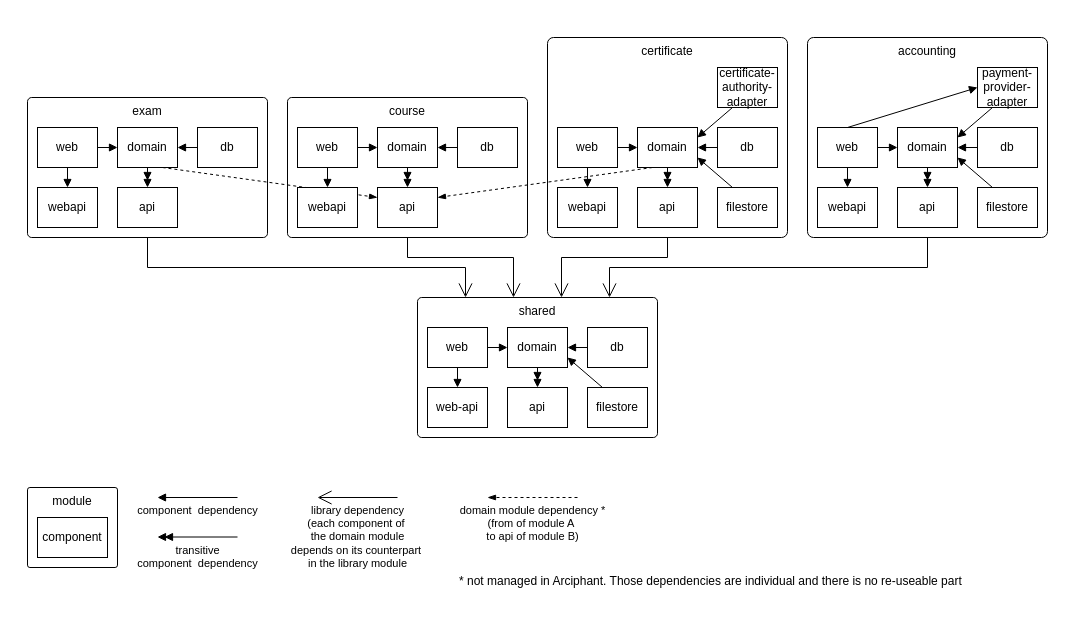
Above: docs/diagrams/demo-project.drawio in ergon/arciphant (draw.io), before the change. Source tidied: cells renumbered, new cells numbered last; positions are measured from the earlier drawing's top-left corner, leaving out a move shared by most shapes. Both pictures are drawn from the tidied source at 100%, with x=0, y=0 at pixel (17, 17).
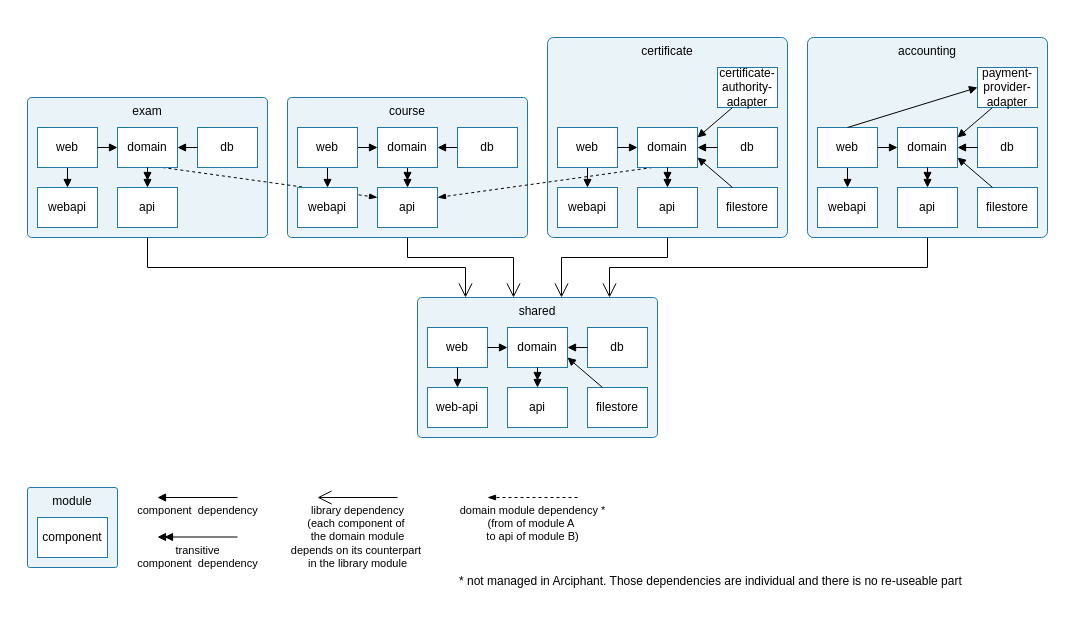
Above is the later version.

The edit, as a diff of the source:
```diff
@@
-    <mxCell id="3" value="certificate" style="rounded=1;whiteSpace=wrap;html=1;align=center;verticalAlign=top;arcSize=3;" parent="1" vertex="1">
+    <mxCell id="3" value="certificate" style="rounded=1;whiteSpace=wrap;html=1;align=center;verticalAlign=top;arcSize=3;fillColor=light-dark(#EAF3F8,#12303E);strokeColor=light-dark(#2078A4,#7FB5D1);" parent="1" vertex="1">
       <mxGeometry x="530" y="20" width="240" height="200" as="geometry" />
     </mxCell>
-    <mxCell id="4" value="course" style="rounded=1;whiteSpace=wrap;html=1;align=center;verticalAlign=top;arcSize=3;" parent="1" vertex="1">
+    <mxCell id="4" value="course" style="rounded=1;whiteSpace=wrap;html=1;align=center;verticalAlign=top;arcSize=3;fillColor=light-dark(#EAF3F8,#12303E);strokeColor=light-dark(#2078A4,#7FB5D1);" parent="1" vertex="1">
       <mxGeometry x="270" y="80" width="240" height="140" as="geometry" />
     </mxCell>
@@
-    <mxCell id="6" value="exam" style="rounded=1;whiteSpace=wrap;html=1;align=center;verticalAlign=top;arcSize=3;" parent="1" vertex="1">
+    <mxCell id="6" value="exam" style="rounded=1;whiteSpace=wrap;html=1;align=center;verticalAlign=top;arcSize=3;fillColor=light-dark(#EAF3F8,#12303E);strokeColor=light-dark(#2078A4,#7FB5D1);" parent="1" vertex="1">
       <mxGeometry x="10" y="80" width="240" height="140" as="geometry" />
     </mxCell>
@@
-    <mxCell id="8" value="shared" style="rounded=1;whiteSpace=wrap;html=1;align=center;verticalAlign=top;arcSize=3;points=[[0,0,0,0,0],[0,0.25,0,0,0],[0,0.5,0,0,0],[0,0.75,0,0,0],[0,1,0,0,0],[0.2,0,0,0,0],[0.25,1,0,0,0],[0.4,0,0,0,0],[0.5,0,0,0,0],[0.5,1,0,0,0],[0.6,0,0,0,0],[0.75,1,0,0,0],[0.8,0,0,0,0],[1,0,0,0,0],[1,0.25,0,0,0],[1,0.5,0,0,0],[1,0.75,0,0,0],[1,1,0,0,0]];" parent="1" vertex="1">
+    <mxCell id="8" value="shared" style="rounded=1;whiteSpace=wrap;html=1;align=center;verticalAlign=top;arcSize=3;fillColor=light-dark(#EAF3F8,#12303E);strokeColor=light-dark(#2078A4,#7FB5D1);points=[[0,0,0,0,0],[0,0.25,0,0,0],[0,0.5,0,0,0],[0,0.75,0,0,0],[0,1,0,0,0],[0.2,0,0,0,0],[0.25,1,0,0,0],[0.4,0,0,0,0],[0.5,0,0,0,0],[0.5,1,0,0,0],[0.6,0,0,0,0],[0.75,1,0,0,0],[0.8,0,0,0,0],[1,0,0,0,0],[1,0.25,0,0,0],[1,0.5,0,0,0],[1,0.75,0,0,0],[1,1,0,0,0]];" parent="1" vertex="1">
       <mxGeometry x="400" y="280" width="240" height="140" as="geometry" />
     </mxCell>
-    <mxCell id="9" value="accounting" style="rounded=1;whiteSpace=wrap;html=1;align=center;verticalAlign=top;arcSize=3;" parent="1" vertex="1">
+    <mxCell id="9" value="accounting" style="rounded=1;whiteSpace=wrap;html=1;align=center;verticalAlign=top;arcSize=3;fillColor=light-dark(#EAF3F8,#12303E);strokeColor=light-dark(#2078A4,#7FB5D1);" parent="1" vertex="1">
       <mxGeometry x="790" y="20" width="240" height="200" as="geometry" />
     </mxCell>
@@
-    <mxCell id="11" value="webapi" style="rounded=0;whiteSpace=wrap;html=1;" parent="1" vertex="1">
+    <mxCell id="11" value="webapi" style="rounded=0;whiteSpace=wrap;html=1;strokeColor=light-dark(#2078A4,#7FB5D1);" parent="1" vertex="1">
       <mxGeometry x="280" y="170" width="60" height="40" as="geometry" />
     </mxCell>
-    <mxCell id="12" value="api" style="rounded=0;whiteSpace=wrap;html=1;" parent="1" vertex="1">
+    <mxCell id="12" value="api" style="rounded=0;whiteSpace=wrap;html=1;strokeColor=light-dark(#2078A4,#7FB5D1);" parent="1" vertex="1">
       <mxGeometry x="360" y="170" width="60" height="40" as="geometry" />
     </mxCell>
@@
-    <mxCell id="16" value="payment-provider-adapter" style="rounded=0;whiteSpace=wrap;html=1;" parent="1" vertex="1">
+    <mxCell id="16" value="payment-provider-adapter" style="rounded=0;whiteSpace=wrap;html=1;strokeColor=light-dark(#2078A4,#7FB5D1);" parent="1" vertex="1">
       <mxGeometry x="960" y="50" width="60" height="40" as="geometry" />
     </mxCell>
@@
-    <mxCell id="18" value="web" style="rounded=0;whiteSpace=wrap;html=1;" parent="1" vertex="1">
+    <mxCell id="18" value="web" style="rounded=0;whiteSpace=wrap;html=1;strokeColor=light-dark(#2078A4,#7FB5D1);" parent="1" vertex="1">
       <mxGeometry x="20" y="110" width="60" height="40" as="geometry" />
     </mxCell>
-    <mxCell id="19" value="webapi" style="rounded=0;whiteSpace=wrap;html=1;" parent="1" vertex="1">
+    <mxCell id="19" value="webapi" style="rounded=0;whiteSpace=wrap;html=1;strokeColor=light-dark(#2078A4,#7FB5D1);" parent="1" vertex="1">
       <mxGeometry x="20" y="170" width="60" height="40" as="geometry" />
     </mxCell>
-    <mxCell id="20" value="domain" style="rounded=0;whiteSpace=wrap;html=1;" parent="1" vertex="1">
+    <mxCell id="20" value="domain" style="rounded=0;whiteSpace=wrap;html=1;strokeColor=light-dark(#2078A4,#7FB5D1);" parent="1" vertex="1">
       <mxGeometry x="100" y="110" width="60" height="40" as="geometry" />
     </mxCell>
-    <mxCell id="21" value="db" style="rounded=0;whiteSpace=wrap;html=1;" parent="1" vertex="1">
+    <mxCell id="21" value="db" style="rounded=0;whiteSpace=wrap;html=1;strokeColor=light-dark(#2078A4,#7FB5D1);" parent="1" vertex="1">
       <mxGeometry x="180" y="110" width="60" height="40" as="geometry" />
     </mxCell>
@@
-    <mxCell id="26" value="web" style="rounded=0;whiteSpace=wrap;html=1;" parent="1" vertex="1">
+    <mxCell id="26" value="web" style="rounded=0;whiteSpace=wrap;html=1;strokeColor=light-dark(#2078A4,#7FB5D1);" parent="1" vertex="1">
       <mxGeometry x="540" y="110" width="60" height="40" as="geometry" />
     </mxCell>
-    <mxCell id="27" value="webapi" style="rounded=0;whiteSpace=wrap;html=1;" parent="1" vertex="1">
+    <mxCell id="27" value="webapi" style="rounded=0;whiteSpace=wrap;html=1;strokeColor=light-dark(#2078A4,#7FB5D1);" parent="1" vertex="1">
       <mxGeometry x="540" y="170" width="60" height="40" as="geometry" />
     </mxCell>
-    <mxCell id="28" value="api" style="rounded=0;whiteSpace=wrap;html=1;" parent="1" vertex="1">
+    <mxCell id="28" value="api" style="rounded=0;whiteSpace=wrap;html=1;strokeColor=light-dark(#2078A4,#7FB5D1);" parent="1" vertex="1">
       <mxGeometry x="620" y="170" width="60" height="40" as="geometry" />
     </mxCell>
-    <mxCell id="29" value="domain" style="rounded=0;whiteSpace=wrap;html=1;" parent="1" vertex="1">
+    <mxCell id="29" value="domain" style="rounded=0;whiteSpace=wrap;html=1;strokeColor=light-dark(#2078A4,#7FB5D1);" parent="1" vertex="1">
       <mxGeometry x="620" y="110" width="60" height="40" as="geometry" />
     </mxCell>
-    <mxCell id="30" value="db" style="rounded=0;whiteSpace=wrap;html=1;" parent="1" vertex="1">
+    <mxCell id="30" value="db" style="rounded=0;whiteSpace=wrap;html=1;strokeColor=light-dark(#2078A4,#7FB5D1);" parent="1" vertex="1">
       <mxGeometry x="700" y="110" width="60" height="40" as="geometry" />
     </mxCell>
@@
-    <mxCell id="35" value="web" style="rounded=0;whiteSpace=wrap;html=1;" parent="1" vertex="1">
+    <mxCell id="35" value="web" style="rounded=0;whiteSpace=wrap;html=1;strokeColor=light-dark(#2078A4,#7FB5D1);" parent="1" vertex="1">
       <mxGeometry x="800" y="110" width="60" height="40" as="geometry" />
     </mxCell>
-    <mxCell id="36" value="webapi" style="rounded=0;whiteSpace=wrap;html=1;" parent="1" vertex="1">
+    <mxCell id="36" value="webapi" style="rounded=0;whiteSpace=wrap;html=1;strokeColor=light-dark(#2078A4,#7FB5D1);" parent="1" vertex="1">
       <mxGeometry x="800" y="170" width="60" height="40" as="geometry" />
     </mxCell>
-    <mxCell id="37" value="api" style="rounded=0;whiteSpace=wrap;html=1;" parent="1" vertex="1">
+    <mxCell id="37" value="api" style="rounded=0;whiteSpace=wrap;html=1;strokeColor=light-dark(#2078A4,#7FB5D1);" parent="1" vertex="1">
       <mxGeometry x="880" y="170" width="60" height="40" as="geometry" />
     </mxCell>
-    <mxCell id="38" value="domain" style="rounded=0;whiteSpace=wrap;html=1;" parent="1" vertex="1">
+    <mxCell id="38" value="domain" style="rounded=0;whiteSpace=wrap;html=1;strokeColor=light-dark(#2078A4,#7FB5D1);" parent="1" vertex="1">
       <mxGeometry x="880" y="110" width="60" height="40" as="geometry" />
     </mxCell>
-    <mxCell id="39" value="db" style="rounded=0;whiteSpace=wrap;html=1;" parent="1" vertex="1">
+    <mxCell id="39" value="db" style="rounded=0;whiteSpace=wrap;html=1;strokeColor=light-dark(#2078A4,#7FB5D1);" parent="1" vertex="1">
       <mxGeometry x="960" y="110" width="60" height="40" as="geometry" />
     </mxCell>
@@
-    <mxCell id="44" value="filestore" style="rounded=0;whiteSpace=wrap;html=1;" parent="1" vertex="1">
+    <mxCell id="44" value="filestore" style="rounded=0;whiteSpace=wrap;html=1;strokeColor=light-dark(#2078A4,#7FB5D1);" parent="1" vertex="1">
       <mxGeometry x="960" y="170" width="60" height="40" as="geometry" />
     </mxCell>
@@
-    <mxCell id="46" value="filestore" style="rounded=0;whiteSpace=wrap;html=1;" parent="1" vertex="1">
+    <mxCell id="46" value="filestore" style="rounded=0;whiteSpace=wrap;html=1;strokeColor=light-dark(#2078A4,#7FB5D1);" parent="1" vertex="1">
       <mxGeometry x="700" y="170" width="60" height="40" as="geometry" />
     </mxCell>
-    <mxCell id="47" value="certificate-&lt;span style=&quot;background-color: transparent; color: light-dark(rgb(0, 0, 0), rgb(255, 255, 255));&quot;&gt;authority-adapter&lt;/span&gt;" style="rounded=0;whiteSpace=wrap;html=1;" parent="1" vertex="1">
+    <mxCell id="47" value="certificate-&lt;span style=&quot;background-color: transparent;&quot;&gt;authority-adapter&lt;/span&gt;" style="rounded=0;whiteSpace=wrap;html=1;strokeColor=light-dark(#2078A4,#7FB5D1);" parent="1" vertex="1">
       <mxGeometry x="700" y="50" width="60" height="40" as="geometry" />
     </mxCell>
@@
-    <mxCell id="54" value="domain module&amp;nbsp;&lt;span style=&quot;color: light-dark(rgb(0, 0, 0), rgb(255, 255, 255));&quot;&gt;dependency *&lt;/span&gt;&lt;div&gt;&lt;span style=&quot;color: light-dark(rgb(0, 0, 0), rgb(255, 255, 255));&quot;&gt;(from of module A&amp;nbsp;&lt;/span&gt;&lt;/div&gt;&lt;div&gt;&lt;span style=&quot;color: light-dark(rgb(0, 0, 0), rgb(255, 255, 255));&quot;&gt;to api of module B)&lt;/span&gt;&lt;/div&gt;" style="rounded=0;orthogonalLoop=1;jettySize=auto;html=1;endArrow=blockThin;endFill=1;dashed=1;labelPosition=center;verticalLabelPosition=bottom;align=center;verticalAlign=top;labelBackgroundColor=none;" parent="1" edge="1">
+    <mxCell id="54" value="domain module&amp;nbsp;&lt;span style=&quot;&quot;&gt;dependency *&lt;/span&gt;&lt;div&gt;&lt;span style=&quot;&quot;&gt;(from of module A&amp;nbsp;&lt;/span&gt;&lt;/div&gt;&lt;div&gt;&lt;span style=&quot;&quot;&gt;to api of module B)&lt;/span&gt;&lt;/div&gt;" style="rounded=0;orthogonalLoop=1;jettySize=auto;html=1;endArrow=blockThin;endFill=1;dashed=1;labelPosition=center;verticalLabelPosition=bottom;align=center;verticalAlign=top;labelBackgroundColor=none;" parent="1" edge="1">
       <mxGeometry relative="1" as="geometry">
         <mxPoint x="560" y="480" as="sourcePoint" />
         <mxPoint x="470" y="480" as="targetPoint" />
       </mxGeometry>
     </mxCell>
-    <mxCell id="55" value="component&amp;nbsp;&amp;nbsp;&lt;span style=&quot;color: light-dark(rgb(0, 0, 0), rgb(255, 255, 255));&quot;&gt;dependency&lt;/span&gt;" style="rounded=0;orthogonalLoop=1;jettySize=auto;html=1;endArrow=block;endFill=1;labelPosition=center;verticalLabelPosition=bottom;align=center;verticalAlign=top;labelBackgroundColor=none;" parent="1" edge="1">
+    <mxCell id="55" value="component&amp;nbsp;&amp;nbsp;&lt;span style=&quot;&quot;&gt;dependency&lt;/span&gt;" style="rounded=0;orthogonalLoop=1;jettySize=auto;html=1;endArrow=block;endFill=1;labelPosition=center;verticalLabelPosition=bottom;align=center;verticalAlign=top;labelBackgroundColor=none;" parent="1" edge="1">
       <mxGeometry relative="1" as="geometry">
         <mxPoint x="220" y="480" as="sourcePoint" />
         <mxPoint x="140" y="480" as="targetPoint" />
       </mxGeometry>
     </mxCell>
-    <mxCell id="56" value="transitive&lt;div&gt;component&amp;nbsp;&amp;nbsp;&lt;span style=&quot;color: light-dark(rgb(0, 0, 0), rgb(255, 255, 255));&quot;&gt;dependency&lt;/span&gt;&lt;/div&gt;" style="rounded=0;orthogonalLoop=1;jettySize=auto;html=1;entryX=1;entryY=0.5;entryDx=0;entryDy=0;endArrow=doubleBlock;endFill=1;labelPosition=center;verticalLabelPosition=bottom;align=center;verticalAlign=top;labelBackgroundColor=none;" parent="1" edge="1">
+    <mxCell id="56" value="transitive&lt;div&gt;component&amp;nbsp;&amp;nbsp;&lt;span style=&quot;&quot;&gt;dependency&lt;/span&gt;&lt;/div&gt;" style="rounded=0;orthogonalLoop=1;jettySize=auto;html=1;entryX=1;entryY=0.5;entryDx=0;entryDy=0;endArrow=doubleBlock;endFill=1;labelPosition=center;verticalLabelPosition=bottom;align=center;verticalAlign=top;labelBackgroundColor=none;" parent="1" edge="1">
       <mxGeometry relative="1" as="geometry">
         <mxPoint x="220" y="519.5" as="sourcePoint" />
         <mxPoint x="140" y="519.5" as="targetPoint" />
       </mxGeometry>
     </mxCell>
@@
-    <mxCell id="60" value="api" style="rounded=0;whiteSpace=wrap;html=1;" parent="1" vertex="1">
+    <mxCell id="60" value="api" style="rounded=0;whiteSpace=wrap;html=1;strokeColor=light-dark(#2078A4,#7FB5D1);" parent="1" vertex="1">
       <mxGeometry x="100" y="170" width="60" height="40" as="geometry" />
     </mxCell>
-    <mxCell id="61" value="domain" style="rounded=0;whiteSpace=wrap;html=1;" parent="1" vertex="1">
+    <mxCell id="61" value="domain" style="rounded=0;whiteSpace=wrap;html=1;strokeColor=light-dark(#2078A4,#7FB5D1);" parent="1" vertex="1">
       <mxGeometry x="360" y="110" width="60" height="40" as="geometry" />
     </mxCell>
-    <mxCell id="62" value="web" style="rounded=0;whiteSpace=wrap;html=1;" parent="1" vertex="1">
+    <mxCell id="62" value="web" style="rounded=0;whiteSpace=wrap;html=1;strokeColor=light-dark(#2078A4,#7FB5D1);" parent="1" vertex="1">
       <mxGeometry x="280" y="110" width="60" height="40" as="geometry" />
     </mxCell>
-    <mxCell id="63" value="db" style="rounded=0;whiteSpace=wrap;html=1;" parent="1" vertex="1">
+    <mxCell id="63" value="db" style="rounded=0;whiteSpace=wrap;html=1;strokeColor=light-dark(#2078A4,#7FB5D1);" parent="1" vertex="1">
       <mxGeometry x="440" y="110" width="60" height="40" as="geometry" />
     </mxCell>
-    <mxCell id="64" value="api" style="rounded=0;whiteSpace=wrap;html=1;" parent="1" vertex="1">
+    <mxCell id="64" value="api" style="rounded=0;whiteSpace=wrap;html=1;strokeColor=light-dark(#2078A4,#7FB5D1);" parent="1" vertex="1">
       <mxGeometry x="490" y="370" width="60" height="40" as="geometry" />
     </mxCell>
-    <mxCell id="65" value="domain" style="rounded=0;whiteSpace=wrap;html=1;" parent="1" vertex="1">
+    <mxCell id="65" value="domain" style="rounded=0;whiteSpace=wrap;html=1;strokeColor=light-dark(#2078A4,#7FB5D1);" parent="1" vertex="1">
       <mxGeometry x="490" y="310" width="60" height="40" as="geometry" />
     </mxCell>
-    <mxCell id="66" value="db" style="rounded=0;whiteSpace=wrap;html=1;" parent="1" vertex="1">
+    <mxCell id="66" value="db" style="rounded=0;whiteSpace=wrap;html=1;strokeColor=light-dark(#2078A4,#7FB5D1);" parent="1" vertex="1">
       <mxGeometry x="570" y="310" width="60" height="40" as="geometry" />
     </mxCell>
@@
-    <mxCell id="69" value="web-api" style="rounded=0;whiteSpace=wrap;html=1;" parent="1" vertex="1">
+    <mxCell id="69" value="web-api" style="rounded=0;whiteSpace=wrap;html=1;strokeColor=light-dark(#2078A4,#7FB5D1);" parent="1" vertex="1">
       <mxGeometry x="410" y="370" width="60" height="40" as="geometry" />
     </mxCell>
-    <mxCell id="70" value="web" style="rounded=0;whiteSpace=wrap;html=1;" parent="1" vertex="1">
+    <mxCell id="70" value="web" style="rounded=0;whiteSpace=wrap;html=1;strokeColor=light-dark(#2078A4,#7FB5D1);" parent="1" vertex="1">
       <mxGeometry x="410" y="310" width="60" height="40" as="geometry" />
     </mxCell>
@@
-    <mxCell id="73" value="filestore" style="rounded=0;whiteSpace=wrap;html=1;" parent="1" vertex="1">
+    <mxCell id="73" value="filestore" style="rounded=0;whiteSpace=wrap;html=1;strokeColor=light-dark(#2078A4,#7FB5D1);" parent="1" vertex="1">
       <mxGeometry x="570" y="370" width="60" height="40" as="geometry" />
     </mxCell>
@@
-    <mxCell id="75" value="module" style="rounded=1;whiteSpace=wrap;html=1;align=center;verticalAlign=top;arcSize=3;" parent="1" vertex="1">
+    <mxCell id="75" value="module" style="rounded=1;whiteSpace=wrap;html=1;align=center;verticalAlign=top;arcSize=3;fillColor=light-dark(#EAF3F8,#12303E);strokeColor=light-dark(#2078A4,#7FB5D1);" parent="1" vertex="1">
       <mxGeometry x="10" y="470" width="90" height="80" as="geometry" />
     </mxCell>
-    <mxCell id="76" value="component" style="rounded=0;whiteSpace=wrap;html=1;" parent="1" vertex="1">
+    <mxCell id="76" value="component" style="rounded=0;whiteSpace=wrap;html=1;strokeColor=light-dark(#2078A4,#7FB5D1);" parent="1" vertex="1">
       <mxGeometry x="20" y="500" width="70" height="40" as="geometry" />
     </mxCell>
```
